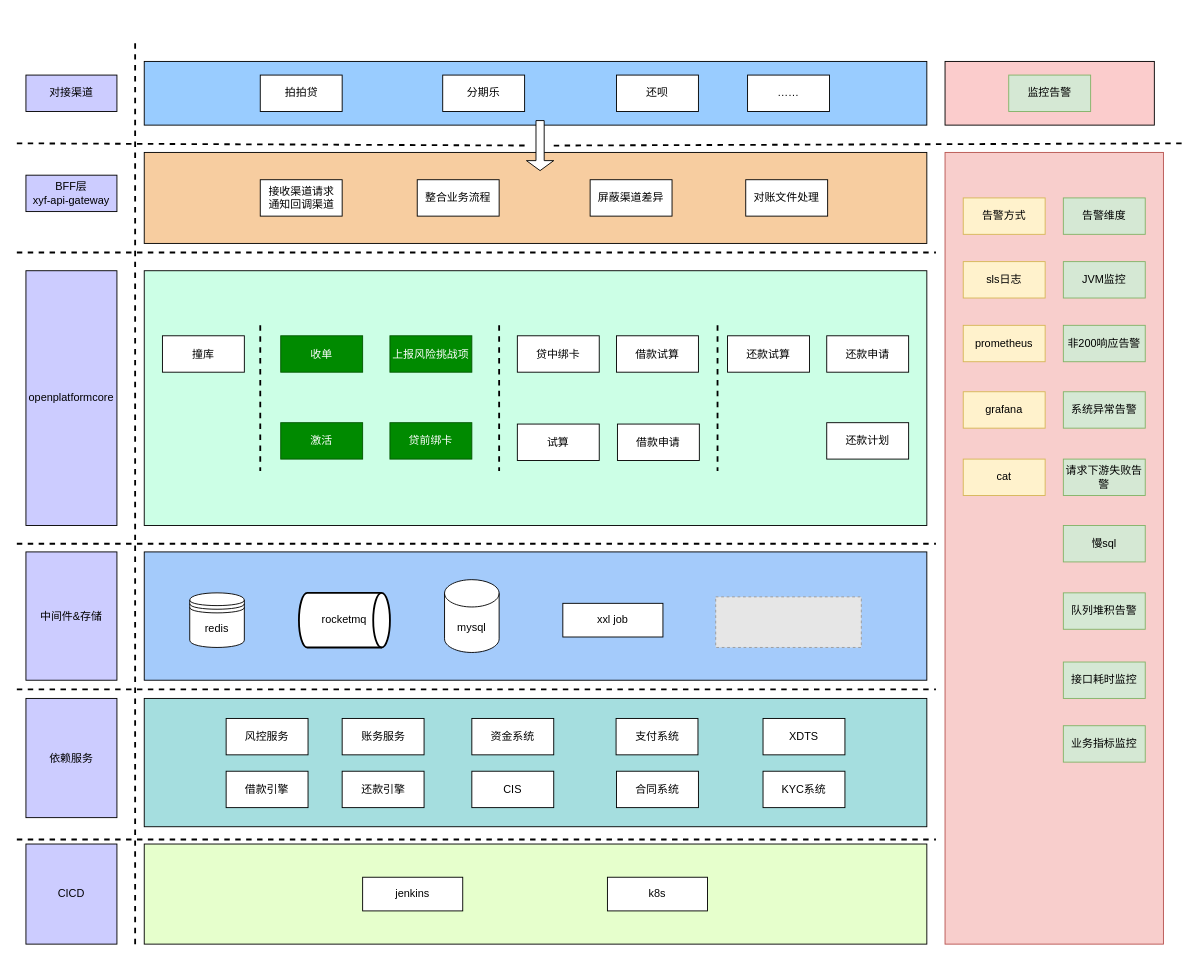
Earlier version of the draw.io diagram api产品中心-系统架构图.drawio (yuanlj-tea/picgo). Source tidied: cells renumbered, new cells numbered last; positions are measured from the earlier drawing's top-left corner, leaving out a move shared by most shapes. Both pictures are drawn from the tidied source at 91%, with x=0, y=0 at pixel (16, 43). Pictures stored in the file or linked from it are replaced by grey dashed boxes.
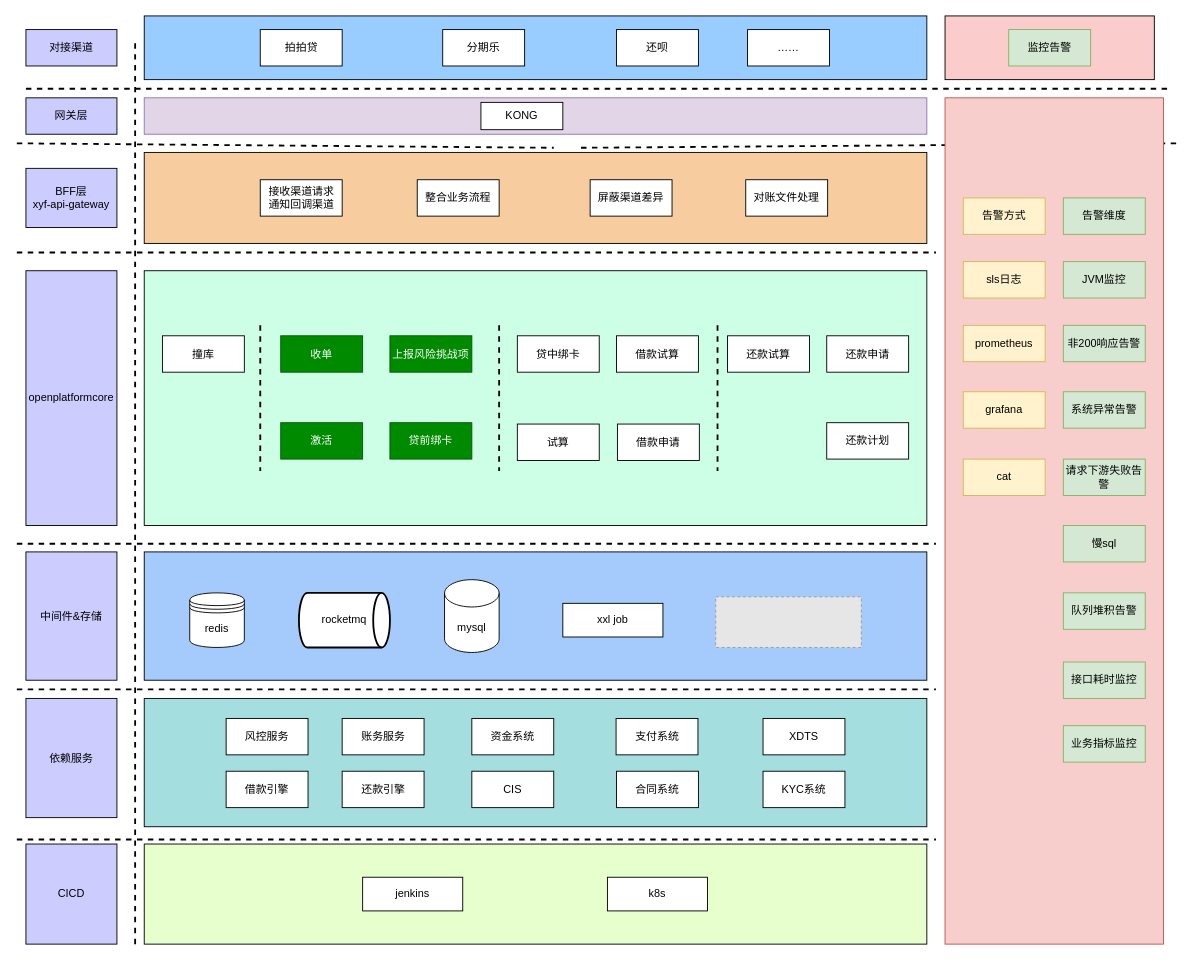
After the change.

Commit message:
更新api产品中心-系统架构图.drawio

What changed in the source:
```diff
@@
     <mxCell id="3" style="rounded=0;whiteSpace=wrap;html=1;fillColor=#99CCFF;" parent="1" vertex="1">
-      <mxGeometry x="140" y="20" width="860" height="70" as="geometry" />
+      <mxGeometry x="140" y="-30" width="860" height="70" as="geometry" />
     </mxCell>
     <mxCell id="4" value="拍拍贷" style="rounded=0;whiteSpace=wrap;html=1;" parent="1" vertex="1">
-      <mxGeometry x="267.5" y="35" width="90" height="40" as="geometry" />
+      <mxGeometry x="267.5" y="-15" width="90" height="40" as="geometry" />
     </mxCell>
     <mxCell id="5" value="分期乐" style="rounded=0;whiteSpace=wrap;html=1;" parent="1" vertex="1">
-      <mxGeometry x="468" y="35" width="90" height="40" as="geometry" />
+      <mxGeometry x="468" y="-15" width="90" height="40" as="geometry" />
     </mxCell>
-    <mxCell id="6" style="endArrow=none;dashed=1;html=1;rounded=0;strokeWidth=2;" parent="1" edge="1" source="77">
+    <mxCell id="6" style="endArrow=none;dashed=1;html=1;rounded=0;strokeWidth=2;" parent="1" edge="1">
       <mxGeometry relative="1" as="geometry">
+        <mxPoint x="620" y="114.9" as="sourcePoint" />
         <mxPoint x="1280" y="110" as="targetPoint" />
       </mxGeometry>
     </mxCell>
@@
     <mxCell id="8" value="BFF层 &lt;br&gt;xyf-api-gateway" style="rounded=0;whiteSpace=wrap;html=1;fillColor=#CCCCFF;" parent="1" vertex="1">
-      <mxGeometry x="10" y="145" width="100" height="40" as="geometry" />
+      <mxGeometry x="10" y="137.5" width="100" height="65" as="geometry" />
     </mxCell>
@@
     <mxCell id="12" style="rounded=0;whiteSpace=wrap;html=1;fillColor=#FBCCCC;" parent="1" vertex="1">
-      <mxGeometry x="1020" y="20" width="230" height="70" as="geometry" />
+      <mxGeometry x="1020" y="-30" width="230" height="70" as="geometry" />
     </mxCell>
     <mxCell id="13" value="监控告警" style="rounded=0;whiteSpace=wrap;html=1;fillColor=#d5e8d4;strokeColor=#82b366;" parent="1" vertex="1">
-      <mxGeometry x="1090" y="35" width="90" height="40" as="geometry" />
+      <mxGeometry x="1090" y="-15" width="90" height="40" as="geometry" />
     </mxCell>
@@
     <mxCell id="15" style="rounded=0;whiteSpace=wrap;html=1;fillColor=#f8cecc;strokeColor=#b85450;" parent="1" vertex="1">
-      <mxGeometry x="1020" y="120" width="240" height="870" as="geometry" />
+      <mxGeometry x="1020" y="60" width="240" height="930" as="geometry" />
     </mxCell>
@@
     <mxCell id="52" value="对接渠道" style="rounded=0;whiteSpace=wrap;html=1;fillColor=#CCCCFF;" parent="1" vertex="1">
-      <mxGeometry x="10" y="35" width="100" height="40" as="geometry" />
+      <mxGeometry x="10" y="-15" width="100" height="40" as="geometry" />
     </mxCell>
@@
     <mxCell id="55" value="还呗" style="rounded=0;whiteSpace=wrap;html=1;" parent="1" vertex="1">
-      <mxGeometry x="659" y="35" width="90" height="40" as="geometry" />
+      <mxGeometry x="659" y="-15" width="90" height="40" as="geometry" />
     </mxCell>
     <mxCell id="56" value="……" style="rounded=0;whiteSpace=wrap;html=1;" parent="1" vertex="1">
-      <mxGeometry x="803" y="35" width="90" height="40" as="geometry" />
+      <mxGeometry x="803" y="-15" width="90" height="40" as="geometry" />
     </mxCell>
@@
-    <mxCell id="76" style="endArrow=none;dashed=1;html=1;rounded=0;strokeWidth=2;" parent="1" edge="1" target="77">
+    <mxCell id="76" style="endArrow=none;dashed=1;html=1;rounded=0;strokeWidth=2;" parent="1" edge="1">
       <mxGeometry relative="1" as="geometry">
         <mxPoint y="110" as="sourcePoint" />
+        <mxPoint x="590" y="114.9" as="targetPoint" />
       </mxGeometry>
     </mxCell>
-    <mxCell id="77" style="shape=singleArrow;direction=south;whiteSpace=wrap;html=1;" parent="1" vertex="1">
-      <mxGeometry x="560" y="85" width="30" height="55" as="geometry" />
-    </mxCell>
@@
+    <mxCell id="79" style="endArrow=none;dashed=1;html=1;rounded=0;strokeWidth=2;" parent="1" edge="1">
+      <mxGeometry relative="1" as="geometry">
+        <mxPoint x="10" y="50" as="sourcePoint" />
+        <mxPoint x="1270" y="50" as="targetPoint" />
+      </mxGeometry>
+    </mxCell>
+    <mxCell id="80" style="rounded=0;whiteSpace=wrap;html=1;fillColor=#e1d5e7;strokeColor=#9673a6;" parent="1" vertex="1">
+      <mxGeometry x="140" y="60" width="860" height="40" as="geometry" />
+    </mxCell>
+    <mxCell id="81" value="网关层" style="rounded=0;whiteSpace=wrap;html=1;fillColor=#CCCCFF;" parent="1" vertex="1">
+      <mxGeometry x="10" y="60" width="100" height="40" as="geometry" />
+    </mxCell>
+    <mxCell id="82" value="KONG" style="rounded=0;whiteSpace=wrap;html=1;" parent="1" vertex="1">
+      <mxGeometry x="510" y="65" width="90" height="30" as="geometry" />
+    </mxCell>
```
